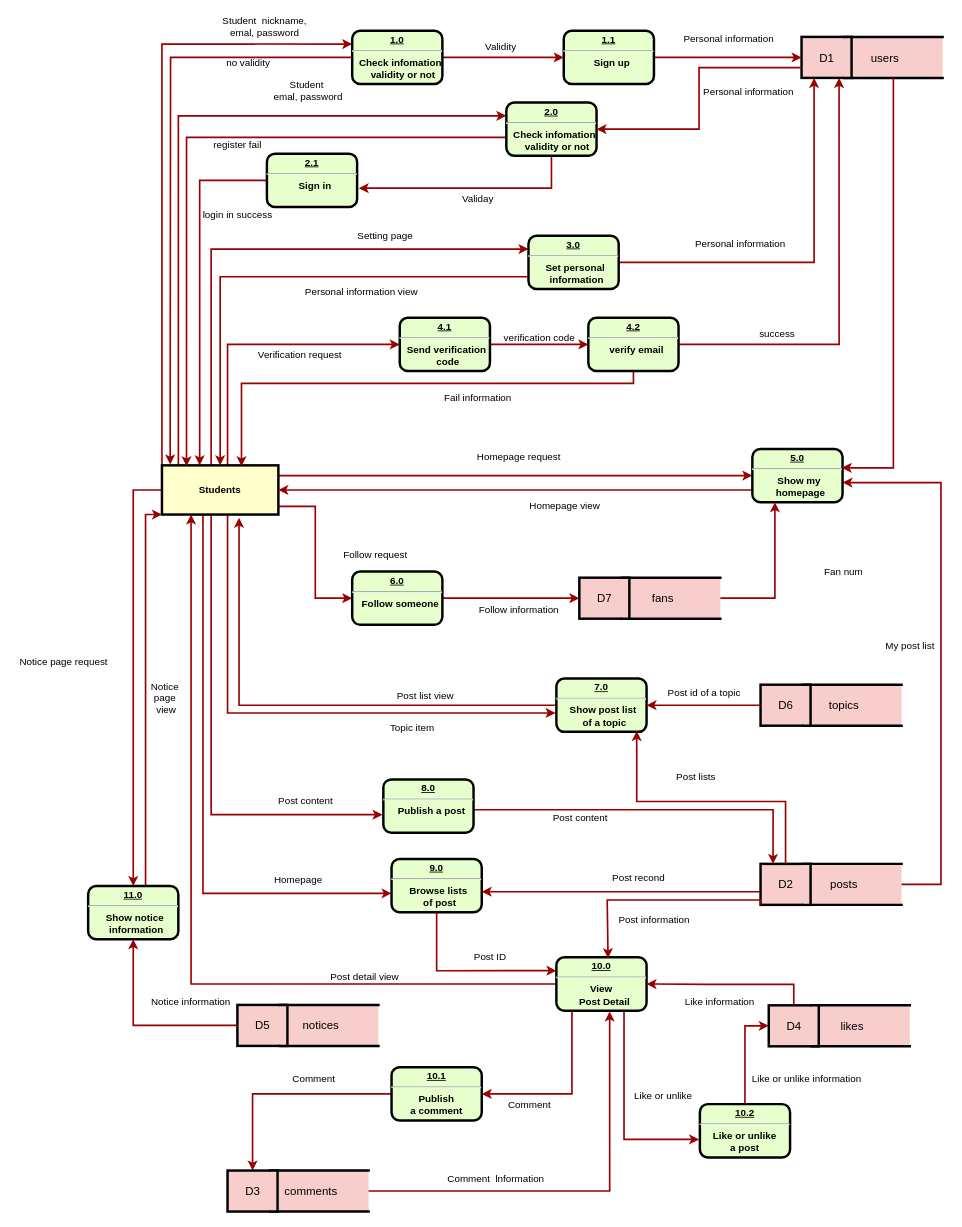
Above: docs/dfd.drawio in loveagri/zhihu (draw.io), before the change. Source tidied: cells renumbered, new cells numbered last; positions are measured from the earlier drawing's top-left corner, leaving out a move shared by most shapes. Both pictures are drawn from the tidied source at 82%, with x=0, y=0 at pixel (14, 14).
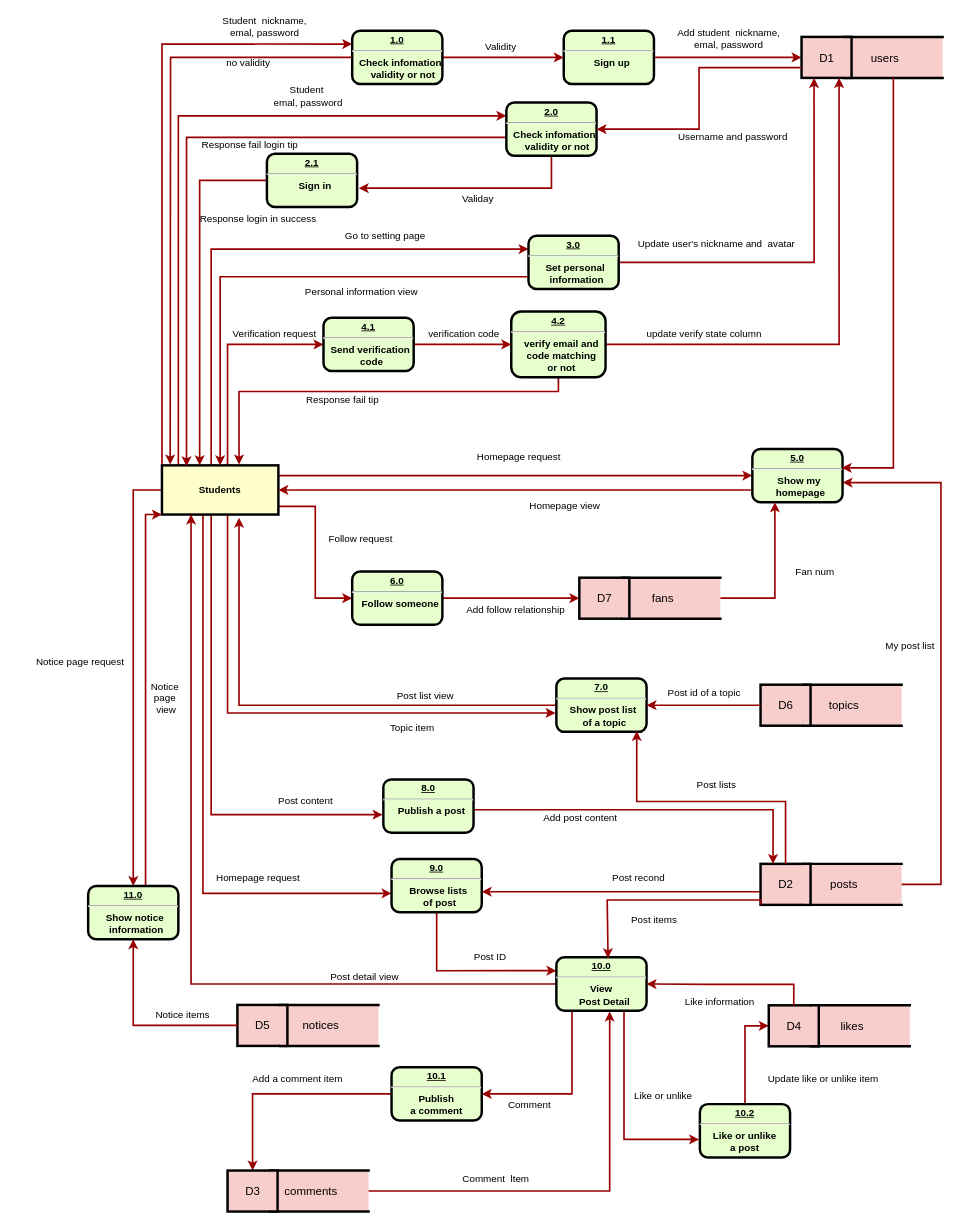
The same diagram, later.

The change refers to these unchanged cells:
```xml
<mxCell id="12" value="Students" style="whiteSpace=wrap;align=center;verticalAlign=middle;fontStyle=1;strokeWidth=3;fillColor=#FFFFCC;" parent="1" vertex="1">
  <mxGeometry x="180" y="550" width="142" height="60" as="geometry" />
</mxCell>
```

Diff of the diagram source:
```diff
@@
     <mxCell id="25" value="Student&amp;nbsp;&lt;br&gt;emal, password" style="text;html=1;align=center;verticalAlign=middle;" parent="1" vertex="1">
-      <mxGeometry x="308" y="77.5" width="100" height="30" as="geometry" />
+      <mxGeometry x="308" y="85" width="100" height="30" as="geometry" />
     </mxCell>
@@
-    <mxCell id="30" value="Homepage" style="text;html=1;align=center;verticalAlign=middle;" parent="1" vertex="1">
-      <mxGeometry x="311" y="1046" width="70" height="20" as="geometry" />
+    <mxCell id="30" value="Homepage request" style="text;html=1;align=center;verticalAlign=middle;" parent="1" vertex="1">
+      <mxGeometry x="237" y="1043" width="120" height="20" as="geometry" />
     </mxCell>
@@
-    <mxCell id="37" value="Post information" style="text;html=1;align=center;verticalAlign=middle;" parent="1" vertex="1">
-      <mxGeometry x="730" y="1095" width="100" height="20" as="geometry" />
+    <mxCell id="37" value="Post items" style="text;html=1;align=center;verticalAlign=middle;" parent="1" vertex="1">
+      <mxGeometry x="745" y="1095" width="70" height="20" as="geometry" />
     </mxCell>
@@
-    <mxCell id="47" value="Comment" style="text;html=1;align=center;verticalAlign=middle;" parent="1" vertex="1">
-      <mxGeometry x="330" y="1289" width="70" height="20" as="geometry" />
+    <mxCell id="47" value="Add a comment item" style="text;html=1;align=center;verticalAlign=middle;" parent="1" vertex="1">
+      <mxGeometry x="280" y="1289" width="130" height="20" as="geometry" />
     </mxCell>
@@
-    <mxCell id="51" value="Comment&amp;nbsp; lnformation" style="text;html=1;align=center;verticalAlign=middle;" parent="1" vertex="1">
-      <mxGeometry x="522" y="1410" width="130" height="20" as="geometry" />
+    <mxCell id="51" value="Comment&amp;nbsp; ltem" style="text;html=1;align=center;verticalAlign=middle;" parent="1" vertex="1">
+      <mxGeometry x="537" y="1410" width="100" height="20" as="geometry" />
     </mxCell>
@@
-    <mxCell id="53" value="Like or unlike information" style="text;html=1;align=center;verticalAlign=middle;" parent="1" vertex="1">
-      <mxGeometry x="891" y="1289" width="150" height="20" as="geometry" />
+    <mxCell id="53" value="Update like or unlike item" style="text;html=1;align=center;verticalAlign=middle;" parent="1" vertex="1">
+      <mxGeometry x="911" y="1289" width="150" height="20" as="geometry" />
     </mxCell>
@@
-    <mxCell id="57" value="Personal information" style="text;html=1;align=center;verticalAlign=middle;" parent="1" vertex="1">
-      <mxGeometry x="806" y="20" width="130" height="20" as="geometry" />
+    <mxCell id="57" value="Add student&amp;nbsp; nickname,&lt;br&gt;emal, password" style="text;html=1;align=center;verticalAlign=middle;" parent="1" vertex="1">
+      <mxGeometry x="801" y="15" width="140" height="30" as="geometry" />
     </mxCell>
@@
     <mxCell id="108" value="Post lists" style="text;html=1;align=center;verticalAlign=middle;" parent="1" vertex="1">
-      <mxGeometry x="801" y="920" width="60" height="20" as="geometry" />
+      <mxGeometry x="826" y="930" width="60" height="20" as="geometry" />
     </mxCell>
@@
     <mxCell id="110" value="Fan num" style="text;html=1;align=center;verticalAlign=middle;" parent="1" vertex="1">
-      <mxGeometry x="981" y="670" width="60" height="20" as="geometry" />
+      <mxGeometry x="946" y="670" width="60" height="20" as="geometry" />
     </mxCell>
@@
     <mxCell id="115" value="Follow request" style="text;html=1;align=center;verticalAlign=middle;" parent="1" vertex="1">
-      <mxGeometry x="395" y="650" width="90" height="20" as="geometry" />
+      <mxGeometry x="377" y="630" width="90" height="20" as="geometry" />
     </mxCell>
@@
     <mxCell id="119" value="Notice page request" style="text;html=1;align=center;verticalAlign=middle;" parent="1" vertex="1">
-      <mxGeometry y="780" width="120" height="20" as="geometry" />
+      <mxGeometry x="20" y="780" width="120" height="20" as="geometry" />
     </mxCell>
-    <mxCell id="120" value="Notice information" style="text;html=1;align=center;verticalAlign=middle;" parent="1" vertex="1">
-      <mxGeometry x="160" y="1195" width="110" height="20" as="geometry" />
+    <mxCell id="120" value="Notice items" style="text;html=1;align=center;verticalAlign=middle;" parent="1" vertex="1">
+      <mxGeometry x="165" y="1210" width="80" height="20" as="geometry" />
     </mxCell>
@@
-    <mxCell id="124" value="Post content" style="text;html=1;align=center;verticalAlign=middle;" parent="1" vertex="1">
-      <mxGeometry x="650" y="970" width="80" height="20" as="geometry" />
+    <mxCell id="124" value="Add post content" style="text;html=1;align=center;verticalAlign=middle;" parent="1" vertex="1">
+      <mxGeometry x="635" y="970" width="110" height="20" as="geometry" />
     </mxCell>
@@
-    <mxCell id="136" value="Personal information" style="text;html=1;align=center;verticalAlign=middle;" parent="1" vertex="1">
-      <mxGeometry x="830" y="85" width="130" height="20" as="geometry" />
+    <mxCell id="136" value="Username and password" style="text;html=1;align=center;verticalAlign=middle;" parent="1" vertex="1">
+      <mxGeometry x="801" y="140" width="150" height="20" as="geometry" />
     </mxCell>
-    <mxCell id="137" value="register fail" style="text;html=1;align=center;verticalAlign=middle;" parent="1" vertex="1">
-      <mxGeometry x="237" y="150" width="70" height="20" as="geometry" />
+    <mxCell id="137" value="Response fail login tip" style="text;html=1;align=center;verticalAlign=middle;" parent="1" vertex="1">
+      <mxGeometry x="222" y="150" width="130" height="20" as="geometry" />
     </mxCell>
@@
-    <mxCell id="139" value="login in success" style="text;html=1;align=center;verticalAlign=middle;" parent="1" vertex="1">
-      <mxGeometry x="222" y="235" width="100" height="20" as="geometry" />
+    <mxCell id="139" value="Response login in success" style="text;html=1;align=center;verticalAlign=middle;" parent="1" vertex="1">
+      <mxGeometry x="217" y="240" width="160" height="20" as="geometry" />
     </mxCell>
@@
-    <mxCell id="143" value="Follow information" style="text;html=1;align=center;verticalAlign=middle;" parent="1" vertex="1">
-      <mxGeometry x="560" y="717" width="110" height="20" as="geometry" />
+    <mxCell id="143" value="Add follow relationship" style="text;html=1;align=center;verticalAlign=middle;" parent="1" vertex="1">
+      <mxGeometry x="541" y="717" width="140" height="20" as="geometry" />
     </mxCell>
@@
-    <mxCell id="146" value="Personal information" style="text;html=1;align=center;verticalAlign=middle;" parent="1" vertex="1">
-      <mxGeometry x="820" y="270" width="130" height="20" as="geometry" />
+    <mxCell id="146" value="Update user's nickname and&amp;nbsp; avatar" style="text;html=1;align=center;verticalAlign=middle;" parent="1" vertex="1">
+      <mxGeometry x="751" y="270" width="210" height="20" as="geometry" />
     </mxCell>
@@
-    <mxCell id="148" value="Setting page" style="text;html=1;align=center;verticalAlign=middle;" parent="1" vertex="1">
-      <mxGeometry x="412" y="260" width="80" height="20" as="geometry" />
+    <mxCell id="148" value="Go to setting page" style="text;html=1;align=center;verticalAlign=middle;" parent="1" vertex="1">
+      <mxGeometry x="397" y="260" width="110" height="20" as="geometry" />
     </mxCell>
@@
-    <mxCell id="150" style="edgeStyle=orthogonalEdgeStyle;rounded=0;jettySize=auto;html=1;entryX=0.683;entryY=0.017;entryDx=0;entryDy=0;entryPerimeter=0;strokeColor=#990000;strokeWidth=2;" parent="1" edge="1" source="151" target="12">
+    <mxCell id="150" style="edgeStyle=orthogonalEdgeStyle;rounded=0;jettySize=auto;html=1;entryX=0.662;entryY=-0.017;entryDx=0;entryDy=0;entryPerimeter=0;strokeColor=#990000;strokeWidth=2;" parent="1" edge="1" source="151" target="12">
       <mxGeometry relative="1" as="geometry">
         <Array as="points">
-          <mxPoint x="755" y="450" />
-          <mxPoint x="277" y="450" />
+          <mxPoint x="664" y="460" />
+          <mxPoint x="274" y="460" />
         </Array>
       </mxGeometry>
     </mxCell>
-    <mxCell id="151" value="&lt;p style=&quot;margin: 0px ; margin-top: 4px ; text-align: center ; text-decoration: underline&quot;&gt;4.2&lt;/p&gt;&lt;hr&gt;&lt;p style=&quot;margin: 0px ; margin-left: 8px&quot;&gt;verify email&lt;/p&gt;" style="verticalAlign=middle;align=center;overflow=fill;fontSize=12;fontFamily=Helvetica;html=1;rounded=1;fontStyle=1;strokeWidth=3;fillColor=#E6FFCC;" parent="1" vertex="1">
-      <mxGeometry x="700" y="370" width="110" height="65" as="geometry" />
+    <mxCell id="151" value="&lt;p style=&quot;margin: 0px ; margin-top: 4px ; text-align: center ; text-decoration: underline&quot;&gt;4.2&lt;/p&gt;&lt;hr&gt;&lt;p style=&quot;margin: 0px ; margin-left: 8px&quot;&gt;verify email and&lt;/p&gt;&lt;p style=&quot;margin: 0px ; margin-left: 8px&quot;&gt;&amp;nbsp;code matching&amp;nbsp;&lt;/p&gt;&lt;p style=&quot;margin: 0px ; margin-left: 8px&quot;&gt;or not&lt;/p&gt;" style="verticalAlign=middle;align=center;overflow=fill;fontSize=12;fontFamily=Helvetica;html=1;rounded=1;fontStyle=1;strokeWidth=3;fillColor=#E6FFCC;" parent="1" vertex="1">
+      <mxGeometry x="606" y="362.5" width="115" height="80" as="geometry" />
     </mxCell>
@@
     <mxCell id="153" value="&lt;p style=&quot;margin: 0px ; margin-top: 4px ; text-align: center ; text-decoration: underline&quot;&gt;4.1&lt;/p&gt;&lt;hr&gt;&lt;p style=&quot;margin: 0px ; margin-left: 8px&quot;&gt;Send verification&amp;nbsp;&lt;/p&gt;&lt;p style=&quot;margin: 0px ; margin-left: 8px&quot;&gt;code&lt;/p&gt;" style="verticalAlign=middle;align=center;overflow=fill;fontSize=12;fontFamily=Helvetica;html=1;rounded=1;fontStyle=1;strokeWidth=3;fillColor=#E6FFCC;" parent="1" vertex="1">
-      <mxGeometry x="470" y="370" width="110" height="65" as="geometry" />
+      <mxGeometry x="377" y="370" width="110" height="65" as="geometry" />
     </mxCell>
     <mxCell id="154" value="Verification request" style="text;html=1;align=center;verticalAlign=middle;" parent="1" vertex="1">
-      <mxGeometry x="288" y="405" width="120" height="20" as="geometry" />
+      <mxGeometry x="257" y="380" width="120" height="20" as="geometry" />
     </mxCell>
     <mxCell id="155" value="verification code" style="text;html=1;align=center;verticalAlign=middle;" parent="1" vertex="1">
-      <mxGeometry x="590" y="385" width="100" height="20" as="geometry" />
+      <mxGeometry x="498" y="380" width="100" height="20" as="geometry" />
     </mxCell>
-    <mxCell id="156" value="Fail information" style="text;html=1;align=center;verticalAlign=middle;" parent="1" vertex="1">
-      <mxGeometry x="515" y="458" width="100" height="20" as="geometry" />
+    <mxCell id="156" value="Response fail tip" style="text;html=1;align=center;verticalAlign=middle;" parent="1" vertex="1">
+      <mxGeometry x="350" y="460" width="100" height="20" as="geometry" />
     </mxCell>
-    <mxCell id="157" value="success" style="text;html=1;align=center;verticalAlign=middle;" parent="1" vertex="1">
-      <mxGeometry x="900" y="380" width="60" height="20" as="geometry" />
+    <mxCell id="157" value="update verify state column" style="text;html=1;align=center;verticalAlign=middle;" parent="1" vertex="1">
+      <mxGeometry x="761" y="380" width="160" height="20" as="geometry" />
     </mxCell>
```
